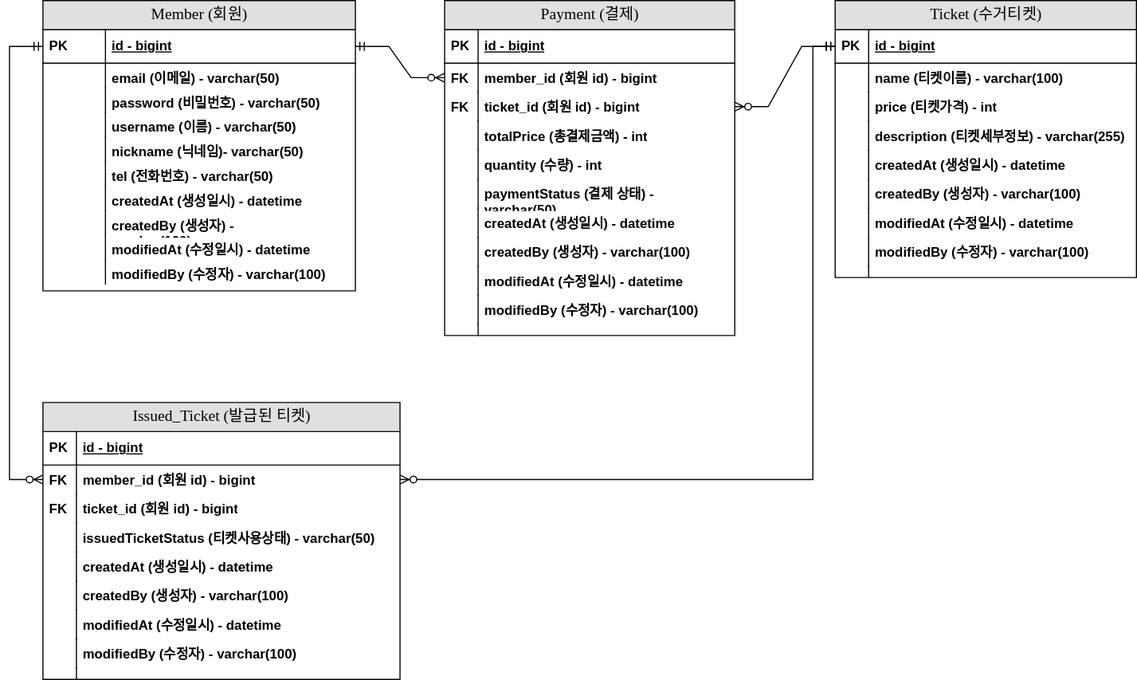
23Yong/Let-me-clean keeps this draw.io diagram as documents/erd.svg. Above is the earlier version. Source tidied: cells renumbered, new cells last; positions are measured from the earlier drawing's top-left corner, leaving out a move shared by most shapes.
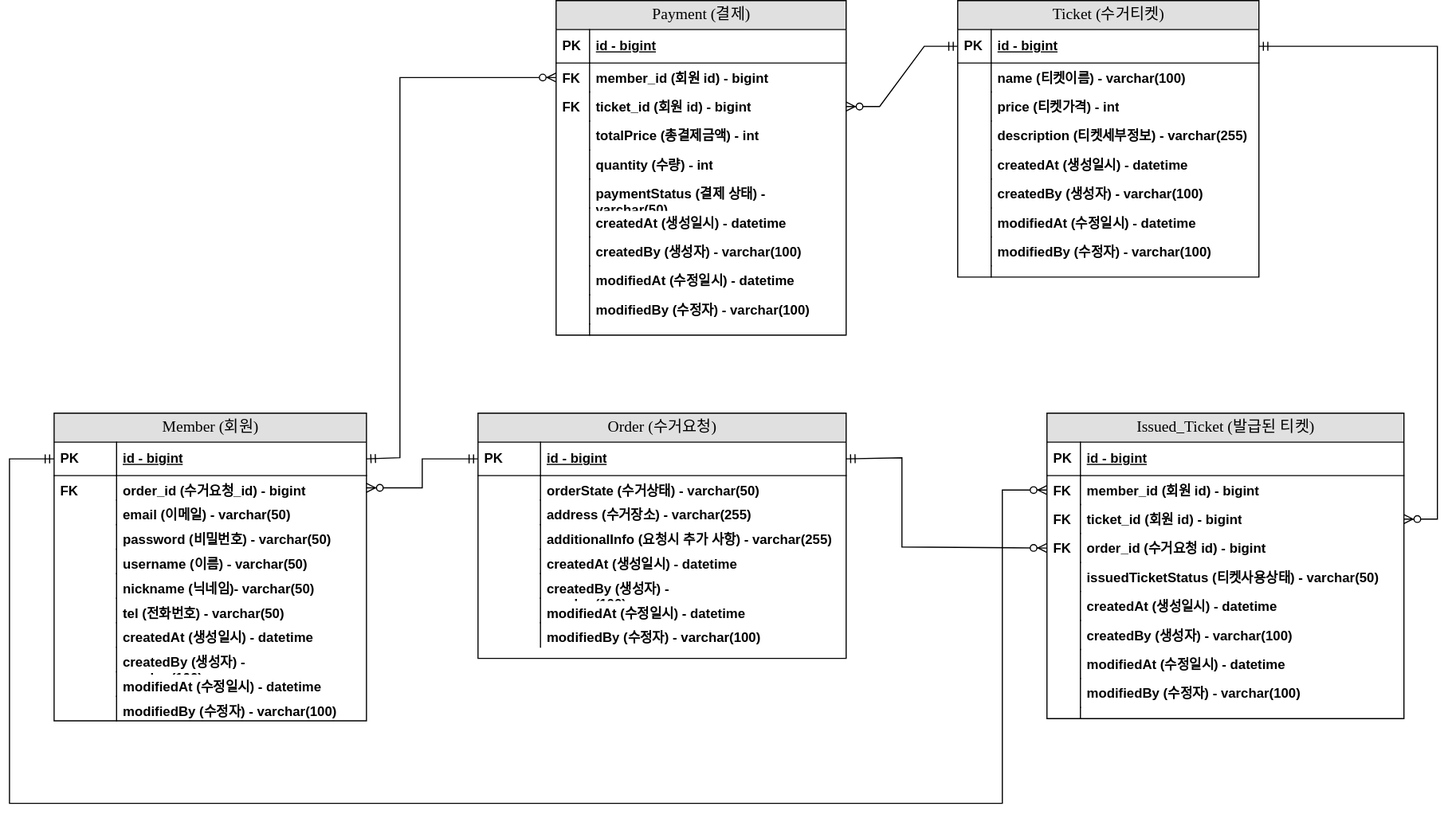
Above is the later version.

Commit message:
#50 - 수거요청을 위한 ERD 수정

What changed in the source:
```diff
@@ -5,3 +5,3 @@
     <mxCell id="2" value="Member (회원)" style="swimlane;html=1;fontStyle=0;horizontal=1;startSize=26;fillColor=#e0e0e0;swimlaneFillColor=#ffffff;align=center;rounded=0;shadow=0;comic=0;labelBackgroundColor=none;strokeWidth=1;fontFamily=Verdana;fontSize=14;" parent="1" vertex="1">
-      <mxGeometry x="30" width="280" height="260" as="geometry" />
+      <mxGeometry x="40" y="370" width="280" height="276" as="geometry" />
     </mxCell>
@@ -13,10 +13,16 @@
     </mxCell>
-    <mxCell id="5" value="email (이메일) - varchar(50)" style="shape=partialRectangle;top=0;left=0;right=0;bottom=0;html=1;align=left;verticalAlign=top;fillColor=none;spacingLeft=60;spacingRight=4;whiteSpace=wrap;overflow=hidden;points=[[0,0.5],[1,0.5]];portConstraint=eastwest;fontStyle=1;" parent="2" vertex="1">
+    <mxCell id="5" value="order_id (수거요청_id) - bigint" style="shape=partialRectangle;top=0;left=0;right=0;bottom=0;html=1;align=left;verticalAlign=top;fillColor=none;spacingLeft=60;spacingRight=4;whiteSpace=wrap;overflow=hidden;points=[[0,0.5],[1,0.5]];portConstraint=eastwest;fontStyle=1;" parent="2" vertex="1">
       <mxGeometry y="56" width="280" height="22" as="geometry" />
     </mxCell>
-    <mxCell id="6" style="shape=partialRectangle;top=0;left=0;bottom=0;html=1;fillColor=none;align=left;verticalAlign=top;spacingLeft=4;spacingRight=4;whiteSpace=wrap;overflow=hidden;" parent="5" vertex="1">
+    <mxCell id="6" value="&lt;b&gt;FK&lt;/b&gt;" style="shape=partialRectangle;top=0;left=0;bottom=0;html=1;fillColor=none;align=left;verticalAlign=top;spacingLeft=4;spacingRight=4;whiteSpace=wrap;overflow=hidden;" parent="5" vertex="1">
       <mxGeometry width="56" height="22" as="geometry" />
     </mxCell>
+    <mxCell id="88" value="email (이메일) - varchar(50)" style="shape=partialRectangle;top=0;left=0;right=0;bottom=0;html=1;align=left;verticalAlign=top;fillColor=none;spacingLeft=60;spacingRight=4;whiteSpace=wrap;overflow=hidden;fontStyle=1;" parent="2" vertex="1">
+      <mxGeometry y="78" width="280" height="22" as="geometry" />
+    </mxCell>
+    <mxCell id="89" style="shape=partialRectangle;top=0;left=0;bottom=0;html=1;fillColor=none;align=left;verticalAlign=top;spacingLeft=4;spacingRight=4;whiteSpace=wrap;overflow=hidden;" parent="88" vertex="1">
+      <mxGeometry width="56" height="22" as="geometry" />
+    </mxCell>
     <mxCell id="7" value="password (비밀번호) - varchar(50)" style="shape=partialRectangle;top=0;left=0;right=0;bottom=0;html=1;align=left;verticalAlign=top;fillColor=none;spacingLeft=60;spacingRight=4;whiteSpace=wrap;overflow=hidden;fontStyle=1;" parent="2" vertex="1">
-      <mxGeometry y="78" width="280" height="22" as="geometry" />
+      <mxGeometry y="100" width="280" height="22" as="geometry" />
     </mxCell>
@@ -26,3 +32,3 @@
     <mxCell id="9" value="username (이름) - varchar(50)" style="shape=partialRectangle;top=0;left=0;right=0;bottom=0;html=1;align=left;verticalAlign=top;fillColor=none;spacingLeft=60;spacingRight=4;whiteSpace=wrap;overflow=hidden;fontStyle=1;" parent="2" vertex="1">
-      <mxGeometry y="100" width="280" height="22" as="geometry" />
+      <mxGeometry y="122" width="280" height="22" as="geometry" />
     </mxCell>
@@ -32,3 +38,3 @@
     <mxCell id="11" value="nickname (닉네임)- varchar(50)" style="shape=partialRectangle;top=0;left=0;right=0;bottom=0;html=1;align=left;verticalAlign=top;fillColor=none;spacingLeft=60;spacingRight=4;whiteSpace=wrap;overflow=hidden;fontStyle=1;" parent="2" vertex="1">
-      <mxGeometry y="122" width="280" height="22" as="geometry" />
+      <mxGeometry y="144" width="280" height="22" as="geometry" />
     </mxCell>
@@ -38,3 +44,3 @@
     <mxCell id="13" value="tel (전화번호) - varchar(50)" style="shape=partialRectangle;top=0;left=0;right=0;bottom=0;html=1;align=left;verticalAlign=top;fillColor=none;spacingLeft=60;spacingRight=4;whiteSpace=wrap;overflow=hidden;fontStyle=1;" parent="2" vertex="1">
-      <mxGeometry y="144" width="280" height="22" as="geometry" />
+      <mxGeometry y="166" width="280" height="22" as="geometry" />
     </mxCell>
@@ -44,3 +50,3 @@
     <mxCell id="15" value="createdAt (생성일시) - datetime" style="shape=partialRectangle;top=0;left=0;right=0;bottom=0;html=1;align=left;verticalAlign=top;fillColor=none;spacingLeft=60;spacingRight=4;whiteSpace=wrap;overflow=hidden;fontStyle=1;" parent="2" vertex="1">
-      <mxGeometry y="166" width="280" height="22" as="geometry" />
+      <mxGeometry y="188" width="280" height="22" as="geometry" />
     </mxCell>
@@ -50,3 +56,3 @@
     <mxCell id="17" value="createdBy (생성자) - varchar(100)&lt;span style=&quot;white-space: pre;&quot;&gt;&#9;&lt;/span&gt;&lt;span style=&quot;white-space: pre;&quot;&gt;&#9;&lt;/span&gt;&lt;span style=&quot;white-space: pre;&quot;&gt;&#9;&lt;/span&gt;&lt;span style=&quot;white-space: pre;&quot;&gt;&#9;&lt;/span&gt;" style="shape=partialRectangle;top=0;left=0;right=0;bottom=0;html=1;align=left;verticalAlign=top;fillColor=none;spacingLeft=60;spacingRight=4;whiteSpace=wrap;overflow=hidden;fontStyle=1;" parent="2" vertex="1">
-      <mxGeometry y="188" width="280" height="22" as="geometry" />
+      <mxGeometry y="210" width="280" height="22" as="geometry" />
     </mxCell>
@@ -56,3 +62,3 @@
     <mxCell id="19" value="modifiedAt (수정일시) - datetime" style="shape=partialRectangle;top=0;left=0;right=0;bottom=0;html=1;align=left;verticalAlign=top;fillColor=none;spacingLeft=60;spacingRight=4;whiteSpace=wrap;overflow=hidden;fontStyle=1;" parent="2" vertex="1">
-      <mxGeometry y="210" width="280" height="22" as="geometry" />
+      <mxGeometry y="232" width="280" height="22" as="geometry" />
     </mxCell>
@@ -62,3 +68,3 @@
     <mxCell id="21" value="modifiedBy (수정자) - varchar(100)" style="shape=partialRectangle;top=0;left=0;right=0;bottom=0;html=1;align=left;verticalAlign=top;fillColor=none;spacingLeft=60;spacingRight=4;whiteSpace=wrap;overflow=hidden;fontStyle=1;" parent="2" vertex="1">
-      <mxGeometry y="232" width="280" height="22" as="geometry" />
+      <mxGeometry y="254" width="280" height="22" as="geometry" />
     </mxCell>
@@ -68,3 +74,3 @@
     <mxCell id="23" value="Payment (결제)" style="swimlane;html=1;fontStyle=0;horizontal=1;startSize=26;fillColor=#e0e0e0;swimlaneFillColor=#ffffff;align=center;rounded=0;shadow=0;comic=0;labelBackgroundColor=none;strokeWidth=1;fontFamily=Verdana;fontSize=14;swimlaneLine=1;" parent="1" vertex="1">
-      <mxGeometry x="390" width="260" height="300" as="geometry" />
+      <mxGeometry x="490" width="260" height="300" as="geometry" />
     </mxCell>
@@ -137,3 +143,3 @@
     <mxCell id="46" value="Ticket (수거티켓)" style="swimlane;html=1;fontStyle=0;horizontal=1;startSize=26;fillColor=#e0e0e0;swimlaneFillColor=#ffffff;align=center;rounded=0;shadow=0;comic=0;labelBackgroundColor=none;strokeWidth=1;fontFamily=Verdana;fontSize=14;swimlaneLine=1;" parent="1" vertex="1">
-      <mxGeometry x="740" width="270" height="248" as="geometry" />
+      <mxGeometry x="850" width="270" height="248" as="geometry" />
     </mxCell>
@@ -194,3 +200,3 @@
     <mxCell id="65" value="Issued_Ticket (발급된 티켓)" style="swimlane;html=1;fontStyle=0;horizontal=1;startSize=26;fillColor=#e0e0e0;swimlaneFillColor=#ffffff;align=center;rounded=0;shadow=0;comic=0;labelBackgroundColor=none;strokeWidth=1;fontFamily=Verdana;fontSize=14;swimlaneLine=1;" parent="1" vertex="1">
-      <mxGeometry x="30" y="360" width="320" height="248" as="geometry" />
+      <mxGeometry x="930" y="370" width="320" height="274" as="geometry" />
     </mxCell>
@@ -214,4 +220,10 @@
     </mxCell>
+    <mxCell id="90" value="order_id (수거요청 id) - bigint" style="shape=partialRectangle;top=0;left=0;right=0;bottom=0;html=1;align=left;verticalAlign=top;fillColor=none;spacingLeft=34;spacingRight=4;whiteSpace=wrap;overflow=hidden;points=[[0,0.5],[1,0.5]];portConstraint=eastwest;fontStyle=1;" parent="65" vertex="1">
+      <mxGeometry y="108" width="320" height="26" as="geometry" />
+    </mxCell>
+    <mxCell id="91" value="&lt;b&gt;FK&lt;/b&gt;" style="shape=partialRectangle;top=0;left=0;bottom=0;html=1;fillColor=none;align=left;verticalAlign=top;spacingLeft=4;spacingRight=4;whiteSpace=wrap;overflow=hidden;" parent="90" vertex="1">
+      <mxGeometry width="30" height="26" as="geometry" />
+    </mxCell>
     <mxCell id="72" value="issuedTicketStatus (티켓사용상태) - varchar(50)" style="shape=partialRectangle;top=0;left=0;right=0;bottom=0;html=1;align=left;verticalAlign=top;fillColor=none;spacingLeft=34;spacingRight=4;whiteSpace=wrap;overflow=hidden;fontStyle=1;" parent="65" vertex="1">
-      <mxGeometry y="108" width="320" height="26" as="geometry" />
+      <mxGeometry y="134" width="320" height="26" as="geometry" />
     </mxCell>
@@ -221,3 +233,3 @@
     <mxCell id="74" value="&lt;span style=&quot;font-weight: 700;&quot;&gt;createdAt (생성일시) - datetime&lt;/span&gt;" style="shape=partialRectangle;top=0;left=0;right=0;bottom=0;html=1;align=left;verticalAlign=top;fillColor=none;spacingLeft=34;spacingRight=4;whiteSpace=wrap;overflow=hidden;" parent="65" vertex="1">
-      <mxGeometry y="134" width="320" height="26" as="geometry" />
+      <mxGeometry y="160" width="320" height="26" as="geometry" />
     </mxCell>
@@ -227,3 +239,3 @@
     <mxCell id="76" value="&lt;span style=&quot;font-weight: 700;&quot;&gt;createdBy (생성자) - varchar(100)&lt;/span&gt;&lt;span style=&quot;font-weight: 700;&quot;&gt;&#9;&lt;/span&gt;&lt;span style=&quot;font-weight: 700;&quot;&gt;&#9;&lt;/span&gt;&lt;span style=&quot;font-weight: 700;&quot;&gt;&#9;&lt;/span&gt;&lt;span style=&quot;font-weight: 700;&quot;&gt;&#9;&lt;/span&gt;" style="shape=partialRectangle;top=0;left=0;right=0;bottom=0;html=1;align=left;verticalAlign=top;fillColor=none;spacingLeft=34;spacingRight=4;whiteSpace=wrap;overflow=hidden;" parent="65" vertex="1">
-      <mxGeometry y="160" width="320" height="26" as="geometry" />
+      <mxGeometry y="186" width="320" height="26" as="geometry" />
     </mxCell>
@@ -233,3 +245,3 @@
     <mxCell id="78" value="&lt;span style=&quot;font-weight: 700;&quot;&gt;modifiedAt (수정일시) - datetime&lt;/span&gt;" style="shape=partialRectangle;top=0;left=0;right=0;bottom=0;html=1;align=left;verticalAlign=top;fillColor=none;spacingLeft=34;spacingRight=4;whiteSpace=wrap;overflow=hidden;" parent="65" vertex="1">
-      <mxGeometry y="186" width="320" height="26" as="geometry" />
+      <mxGeometry y="212" width="320" height="26" as="geometry" />
     </mxCell>
@@ -239,3 +251,3 @@
     <mxCell id="80" value="&lt;span style=&quot;font-weight: 700;&quot;&gt;modifiedBy (수정자) - varchar(100)&lt;/span&gt;" style="shape=partialRectangle;top=0;left=0;right=0;bottom=0;html=1;align=left;verticalAlign=top;fillColor=none;spacingLeft=34;spacingRight=4;whiteSpace=wrap;overflow=hidden;" parent="65" vertex="1">
-      <mxGeometry y="212" width="320" height="26" as="geometry" />
+      <mxGeometry y="238" width="320" height="26" as="geometry" />
     </mxCell>
@@ -245,3 +257,3 @@
     <mxCell id="82" style="shape=partialRectangle;top=0;left=0;right=0;bottom=0;html=1;align=left;verticalAlign=top;fillColor=none;spacingLeft=34;spacingRight=4;whiteSpace=wrap;overflow=hidden;" parent="65" vertex="1">
-      <mxGeometry y="238" width="320" height="10" as="geometry" />
+      <mxGeometry y="264" width="320" height="10" as="geometry" />
     </mxCell>
@@ -250,4 +262,9 @@
     </mxCell>
-    <mxCell id="84" style="edgeStyle=entityRelationEdgeStyle;fontSize=12;html=1;endArrow=ERzeroToMany;startArrow=ERmandOne;rounded=0;fontFamily=Helvetica;fontColor=default;entryX=0;entryY=0.5;entryDx=0;entryDy=0;exitX=1;exitY=0.5;exitDx=0;exitDy=0;" parent="1" edge="1" source="3" target="26">
-      <mxGeometry relative="1" as="geometry" />
+    <mxCell id="84" style="fontSize=12;html=1;endArrow=ERzeroToMany;startArrow=ERmandOne;rounded=0;fontFamily=Helvetica;fontColor=default;entryX=0;entryY=0.5;entryDx=0;entryDy=0;exitX=1;exitY=0.5;exitDx=0;exitDy=0;" parent="1" edge="1" source="3" target="26">
+      <mxGeometry relative="1" as="geometry">
+        <Array as="points">
+          <mxPoint x="350" y="410" />
+          <mxPoint x="350" y="69" />
+        </Array>
+      </mxGeometry>
     </mxCell>
@@ -256,6 +273,70 @@
     </mxCell>
+    <mxCell id="87" style="edgeStyle=orthogonalEdgeStyle;fontSize=12;html=1;endArrow=ERzeroToMany;startArrow=ERmandOne;rounded=0;fontFamily=Helvetica;fontColor=default;exitX=1;exitY=0.5;exitDx=0;exitDy=0;elbow=vertical;entryX=1;entryY=0.5;entryDx=0;entryDy=0;" parent="1" edge="1" source="47" target="70">
+      <mxGeometry relative="1" as="geometry">
+        <Array as="points">
+          <mxPoint x="1280" y="41" />
+          <mxPoint x="1280" y="465" />
+        </Array>
+      </mxGeometry>
+    </mxCell>
+    <mxCell id="92" value="Order (수거요청)" style="swimlane;html=1;fontStyle=0;horizontal=1;startSize=26;fillColor=#e0e0e0;swimlaneFillColor=#ffffff;align=center;rounded=0;shadow=0;comic=0;labelBackgroundColor=none;strokeWidth=1;fontFamily=Verdana;fontSize=14;" parent="1" vertex="1">
+      <mxGeometry x="420" y="370" width="330" height="220" as="geometry" />
+    </mxCell>
+    <mxCell id="93" value="id - bigint" style="shape=partialRectangle;top=0;left=0;right=0;bottom=1;html=1;align=left;verticalAlign=middle;fillColor=none;spacingLeft=60;spacingRight=4;whiteSpace=wrap;overflow=hidden;points=[[0,0.5],[1,0.5]];portConstraint=eastwest;fontStyle=5;" parent="92" vertex="1">
+      <mxGeometry y="26" width="330" height="30" as="geometry" />
+    </mxCell>
+    <mxCell id="94" value="PK" style="shape=partialRectangle;fontStyle=1;top=0;left=0;bottom=0;html=1;fillColor=none;align=left;verticalAlign=middle;spacingLeft=4;spacingRight=4;whiteSpace=wrap;overflow=hidden;" parent="93" vertex="1">
+      <mxGeometry width="56" height="30" as="geometry" />
+    </mxCell>
+    <mxCell id="95" value="orderState (수거상태) - varchar(50)" style="shape=partialRectangle;top=0;left=0;right=0;bottom=0;html=1;align=left;verticalAlign=top;fillColor=none;spacingLeft=60;spacingRight=4;whiteSpace=wrap;overflow=hidden;fontStyle=1;" parent="92" vertex="1">
+      <mxGeometry y="56" width="330" height="22" as="geometry" />
+    </mxCell>
+    <mxCell id="96" style="shape=partialRectangle;top=0;left=0;bottom=0;html=1;fillColor=none;align=left;verticalAlign=top;spacingLeft=4;spacingRight=4;whiteSpace=wrap;overflow=hidden;" parent="95" vertex="1">
+      <mxGeometry width="56" height="22" as="geometry" />
+    </mxCell>
+    <mxCell id="97" value="address (수거장소) - varchar(255)" style="shape=partialRectangle;top=0;left=0;right=0;bottom=0;html=1;align=left;verticalAlign=top;fillColor=none;spacingLeft=60;spacingRight=4;whiteSpace=wrap;overflow=hidden;fontStyle=1;" parent="92" vertex="1">
+      <mxGeometry y="78" width="330" height="22" as="geometry" />
+    </mxCell>
+    <mxCell id="98" style="shape=partialRectangle;top=0;left=0;bottom=0;html=1;fillColor=none;align=left;verticalAlign=top;spacingLeft=4;spacingRight=4;whiteSpace=wrap;overflow=hidden;" parent="97" vertex="1">
+      <mxGeometry width="56" height="22" as="geometry" />
+    </mxCell>
+    <mxCell id="99" value="additionalInfo (요청시 추가 사항) - varchar(255)" style="shape=partialRectangle;top=0;left=0;right=0;bottom=0;html=1;align=left;verticalAlign=top;fillColor=none;spacingLeft=60;spacingRight=4;whiteSpace=wrap;overflow=hidden;fontStyle=1;" parent="92" vertex="1">
+      <mxGeometry y="100" width="330" height="22" as="geometry" />
+    </mxCell>
+    <mxCell id="100" style="shape=partialRectangle;top=0;left=0;bottom=0;html=1;fillColor=none;align=left;verticalAlign=top;spacingLeft=4;spacingRight=4;whiteSpace=wrap;overflow=hidden;" parent="99" vertex="1">
+      <mxGeometry width="56" height="22" as="geometry" />
+    </mxCell>
+    <mxCell id="101" value="createdAt (생성일시) - datetime" style="shape=partialRectangle;top=0;left=0;right=0;bottom=0;html=1;align=left;verticalAlign=top;fillColor=none;spacingLeft=60;spacingRight=4;whiteSpace=wrap;overflow=hidden;fontStyle=1;" parent="92" vertex="1">
+      <mxGeometry y="122" width="330" height="22" as="geometry" />
+    </mxCell>
+    <mxCell id="102" style="shape=partialRectangle;top=0;left=0;bottom=0;html=1;fillColor=none;align=left;verticalAlign=top;spacingLeft=4;spacingRight=4;whiteSpace=wrap;overflow=hidden;" parent="101" vertex="1">
+      <mxGeometry width="56" height="22" as="geometry" />
+    </mxCell>
+    <mxCell id="103" value="createdBy (생성자) - varchar(100)&lt;span style=&quot;white-space: pre;&quot;&gt;&#9;&lt;/span&gt;&lt;span style=&quot;white-space: pre;&quot;&gt;&#9;&lt;/span&gt;&lt;span style=&quot;white-space: pre;&quot;&gt;&#9;&lt;/span&gt;&lt;span style=&quot;white-space: pre;&quot;&gt;&#9;&lt;/span&gt;" style="shape=partialRectangle;top=0;left=0;right=0;bottom=0;html=1;align=left;verticalAlign=top;fillColor=none;spacingLeft=60;spacingRight=4;whiteSpace=wrap;overflow=hidden;fontStyle=1;" parent="92" vertex="1">
+      <mxGeometry y="144" width="330" height="22" as="geometry" />
+    </mxCell>
+    <mxCell id="104" style="shape=partialRectangle;top=0;left=0;bottom=0;html=1;fillColor=none;align=left;verticalAlign=top;spacingLeft=4;spacingRight=4;whiteSpace=wrap;overflow=hidden;" parent="103" vertex="1">
+      <mxGeometry width="56" height="22" as="geometry" />
+    </mxCell>
+    <mxCell id="105" value="modifiedAt (수정일시) - datetime" style="shape=partialRectangle;top=0;left=0;right=0;bottom=0;html=1;align=left;verticalAlign=top;fillColor=none;spacingLeft=60;spacingRight=4;whiteSpace=wrap;overflow=hidden;fontStyle=1;" parent="92" vertex="1">
+      <mxGeometry y="166" width="330" height="22" as="geometry" />
+    </mxCell>
+    <mxCell id="106" style="shape=partialRectangle;top=0;left=0;bottom=0;html=1;fillColor=none;align=left;verticalAlign=top;spacingLeft=4;spacingRight=4;whiteSpace=wrap;overflow=hidden;" parent="105" vertex="1">
+      <mxGeometry width="56" height="22" as="geometry" />
+    </mxCell>
+    <mxCell id="107" value="modifiedBy (수정자) - varchar(100)" style="shape=partialRectangle;top=0;left=0;right=0;bottom=0;html=1;align=left;verticalAlign=top;fillColor=none;spacingLeft=60;spacingRight=4;whiteSpace=wrap;overflow=hidden;fontStyle=1;" parent="92" vertex="1">
+      <mxGeometry y="188" width="330" height="22" as="geometry" />
+    </mxCell>
+    <mxCell id="108" style="shape=partialRectangle;top=0;left=0;bottom=0;html=1;fillColor=none;align=left;verticalAlign=top;spacingLeft=4;spacingRight=4;whiteSpace=wrap;overflow=hidden;" parent="107" vertex="1">
+      <mxGeometry width="56" height="22" as="geometry" />
+    </mxCell>
-    <mxCell id="86" style="edgeStyle=elbowEdgeStyle;fontSize=12;html=1;endArrow=ERzeroToMany;startArrow=ERmandOne;rounded=0;fontFamily=Helvetica;fontColor=default;exitX=0;exitY=0.5;exitDx=0;exitDy=0;entryX=0;entryY=0.5;entryDx=0;entryDy=0;" parent="1" edge="1" source="3" target="68">
+    <mxCell id="86" style="shape=connector;rounded=0;jettySize=auto;html=1;exitX=0;exitY=0.5;exitDx=0;exitDy=0;entryX=0;entryY=0.5;entryDx=0;entryDy=0;labelBackgroundColor=default;strokeColor=default;fontFamily=Helvetica;fontSize=12;fontColor=default;startArrow=ERmandOne;endArrow=ERzeroToMany;" parent="1" edge="1" source="3" target="68">
       <mxGeometry relative="1" as="geometry">
         <Array as="points">
-          <mxPoint y="210" />
+          <mxPoint y="411" />
+          <mxPoint y="560" />
+          <mxPoint y="720" />
+          <mxPoint x="890" y="720" />
+          <mxPoint x="890" y="580" />
+          <mxPoint x="890" y="439" />
         </Array>
@@ -263,10 +344,18 @@
     </mxCell>
-    <mxCell id="87" style="edgeStyle=orthogonalEdgeStyle;fontSize=12;html=1;endArrow=ERzeroToMany;startArrow=ERmandOne;rounded=0;fontFamily=Helvetica;fontColor=default;exitX=0;exitY=0.5;exitDx=0;exitDy=0;entryX=1;entryY=0.5;entryDx=0;entryDy=0;elbow=vertical;" parent="1" edge="1" source="47" target="68">
-      <mxGeometry relative="1" as="geometry">
-        <Array as="points">
-          <mxPoint x="720" y="41" />
-          <mxPoint x="720" y="429" />
-        </Array>
-      </mxGeometry>
-    </mxCell>
+    <mxCell id="109" style="edgeStyle=none;shape=connector;rounded=0;jettySize=auto;html=1;exitX=0;exitY=0.5;exitDx=0;exitDy=0;entryX=1;entryY=0.5;entryDx=0;entryDy=0;labelBackgroundColor=default;strokeColor=default;fontFamily=Helvetica;fontSize=12;fontColor=default;startArrow=ERmandOne;endArrow=ERzeroToMany;elbow=vertical;" parent="1" edge="1" source="93" target="5">
+      <mxGeometry relative="1" as="geometry">
+        <Array as="points">
+          <mxPoint x="370" y="411" />
+          <mxPoint x="370" y="437" />
+        </Array>
+      </mxGeometry>
+    </mxCell>
+    <mxCell id="110" style="edgeStyle=none;shape=connector;rounded=0;jettySize=auto;html=1;exitX=1;exitY=0.5;exitDx=0;exitDy=0;entryX=0;entryY=0.5;entryDx=0;entryDy=0;labelBackgroundColor=default;strokeColor=default;fontFamily=Helvetica;fontSize=12;fontColor=default;startArrow=ERmandOne;endArrow=ERzeroToMany;elbow=vertical;" parent="1" edge="1" source="93" target="90">
+      <mxGeometry relative="1" as="geometry">
+        <Array as="points">
+          <mxPoint x="800" y="410" />
+          <mxPoint x="800" y="490" />
+        </Array>
+      </mxGeometry>
+    </mxCell>
   </root>
```
